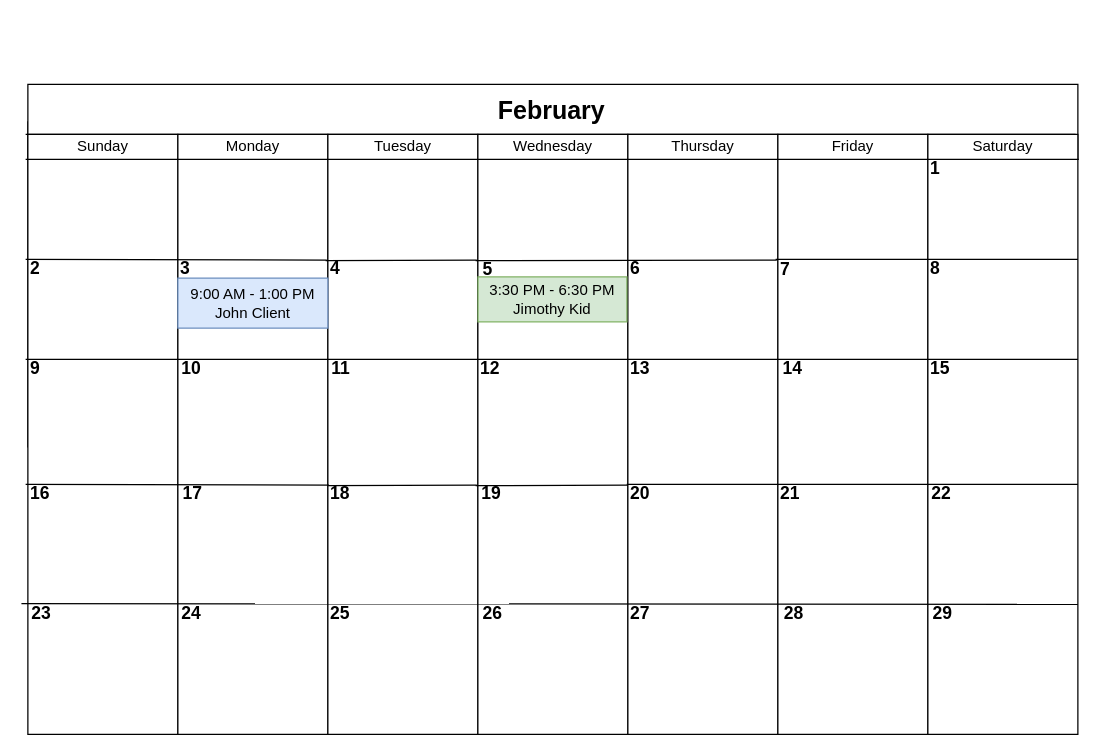
The draw.io diagram page "Calendar View" (1 of 3) of Diagrams/Outputs/Worker View Mockup.drawio in Harlento/SchedulingSystem, before the edit. Source tidied: cells renumbered, new cells numbered last; positions are measured from the earlier drawing's top-left corner, leaving out a move shared by most shapes. Both pictures are drawn from the tidied source at 125%, with x=0, y=0 at pixel (25, 84).
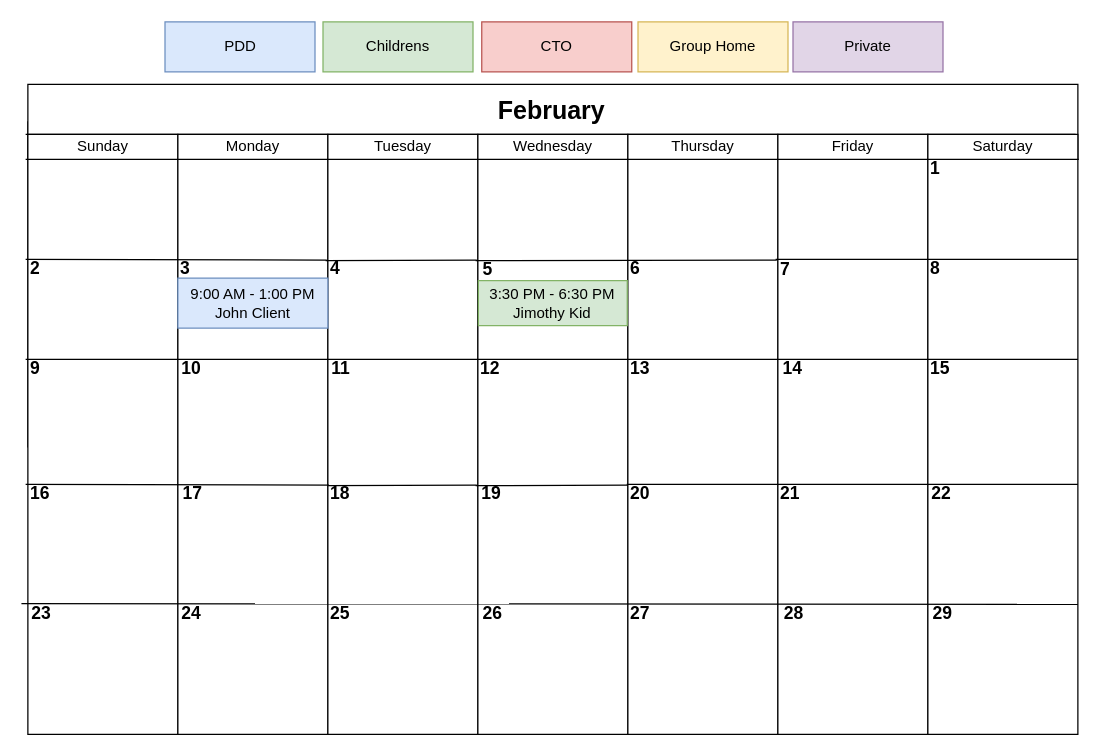
After the change.

The edit, as a diff of the source:
```diff
@@
     <mxCell id="23" value="&lt;span style=&quot;white-space: normal&quot;&gt;3:30 PM - 6:30 PM&lt;br&gt;Jimothy Kid&lt;/span&gt;" style="rounded=0;whiteSpace=wrap;html=1;fillColor=#d5e8d4;strokeColor=#82b366;" parent="1" vertex="1">
-      <mxGeometry x="361.9" y="154" width="119.1" height="36" as="geometry" />
+      <mxGeometry x="362.2" y="157" width="119.1" height="36" as="geometry" />
     </mxCell>
@@
+    <mxCell id="62" value="PDD" style="rounded=0;whiteSpace=wrap;html=1;fillColor=#dae8fc;strokeColor=#6c8ebf;" parent="1" vertex="1">
+      <mxGeometry x="111.5" y="-50" width="120" height="40" as="geometry" />
+    </mxCell>
+    <mxCell id="63" value="Childrens" style="rounded=0;whiteSpace=wrap;html=1;fillColor=#d5e8d4;strokeColor=#82b366;" parent="1" vertex="1">
+      <mxGeometry x="237.9" y="-50" width="120" height="40" as="geometry" />
+    </mxCell>
+    <mxCell id="64" value="CTO" style="rounded=0;whiteSpace=wrap;html=1;fillColor=#f8cecc;strokeColor=#b85450;" parent="1" vertex="1">
+      <mxGeometry x="364.9" y="-50" width="120" height="40" as="geometry" />
+    </mxCell>
+    <mxCell id="65" value="Group Home" style="rounded=0;whiteSpace=wrap;html=1;fillColor=#fff2cc;strokeColor=#d6b656;" parent="1" vertex="1">
+      <mxGeometry x="489.9" y="-50" width="120" height="40" as="geometry" />
+    </mxCell>
+    <mxCell id="66" value="Private" style="rounded=0;whiteSpace=wrap;html=1;fillColor=#e1d5e7;strokeColor=#9673a6;" parent="1" vertex="1">
+      <mxGeometry x="613.9" y="-50" width="120" height="40" as="geometry" />
+    </mxCell>
```
